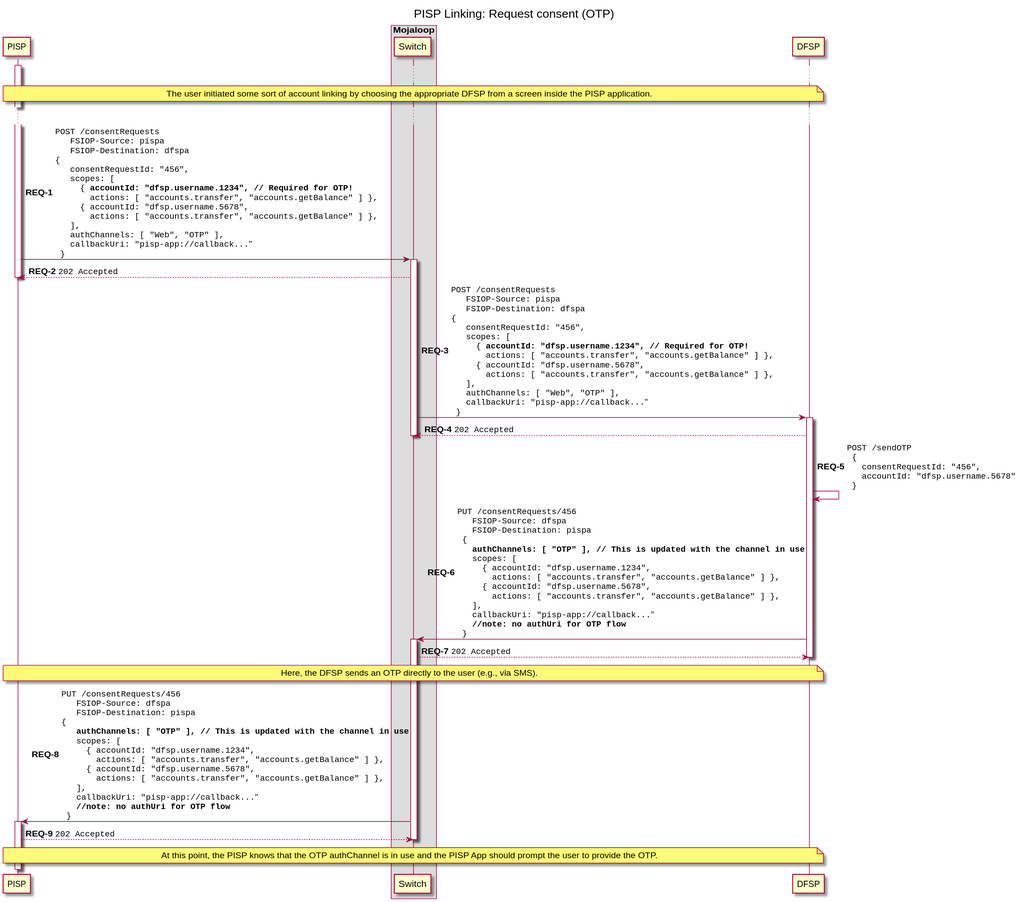
Before: docs/out/linking/2-request-consent-otp.svg, a diagram exported from PlantUML (mojaloop/pisp-project). Its source is kept beside it as docs/linking/2-request-consent-otp.puml.
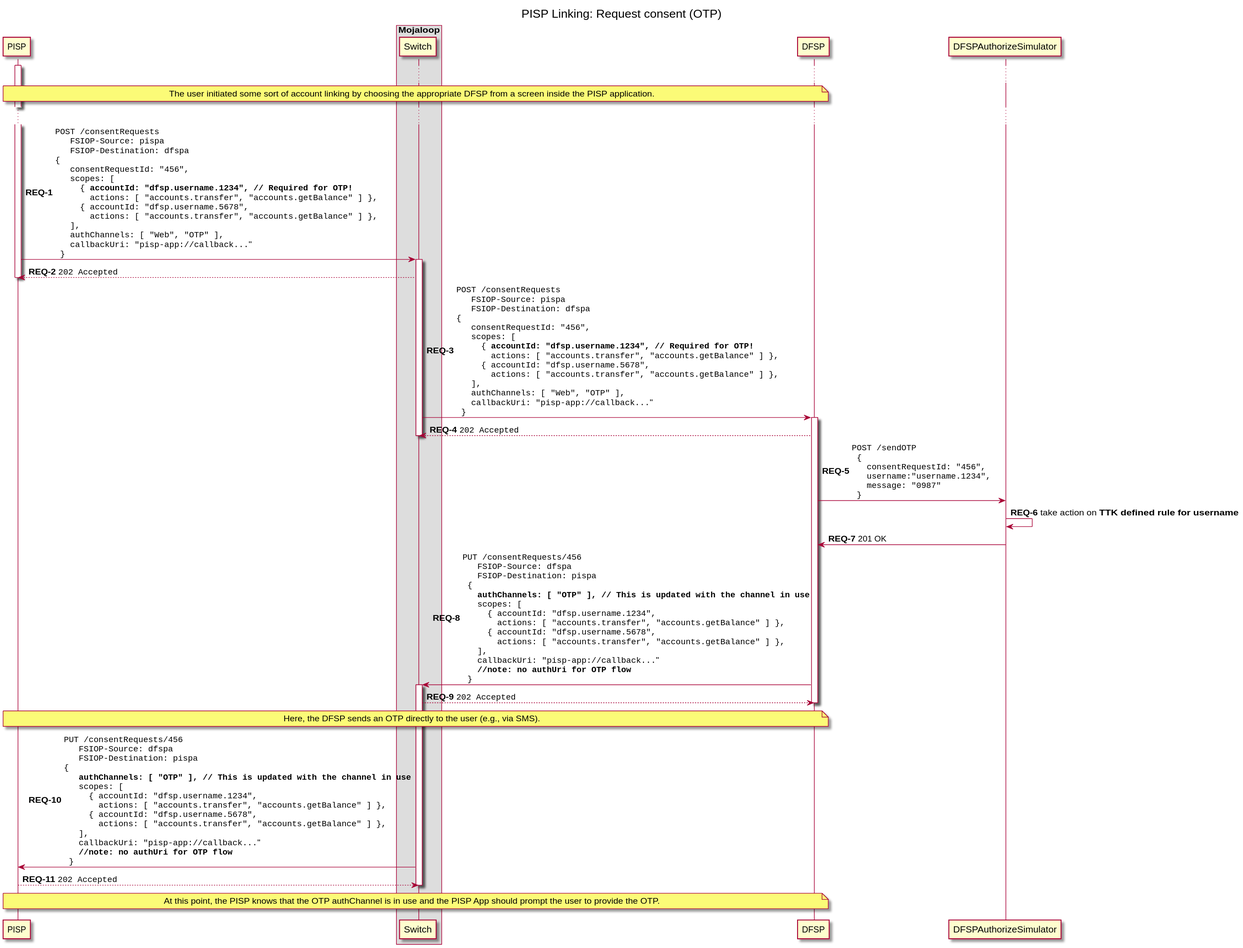
After the commit.

Diff of the diagram source:
```diff
@@ -9,6 +9,7 @@
 end box
 
 participant DFSP
+participant DFSPAuthorizeSimulator
 
 autonumber 1 "<b>REQ-#</b>"
 
@@ -56,12 +57,15 @@
 DFSP --> Switch: ""202 Accepted""
 deactivate Switch
 
-DFSP -> DFSP : ""POST /sendOTP""\n\
+DFSP -> DFSPAuthorizeSimulator : ""POST /sendOTP""\n\
   ""{""\n\
   ""  consentRequestId: "456",""\n\
-  ""  accountId: "dfsp.username.5678" ""\n\
+  ""  username:"username.1234", ""\n\
+  ""  message: "0987" ""\n\
   ""}""
 
+DFSPAuthorizeSimulator -> DFSPAuthorizeSimulator: take action on **TTK defined rule for username**
+DFSPAuthorizeSimulator -> DFSP: 201 OK
 DFSP -> Switch ++: ""PUT /consentRequests/456""\n\
   ""  FSIOP-Source: dfspa""\n\
   ""  FSIOP-Destination: pispa""\n\
@@ -84,7 +88,7 @@
 
 deactivate DFSP
 
-Switch -> PISP ++: ""PUT /consentRequests/456""\n\
+Switch -> PISP: ""PUT /consentRequests/456""\n\
   ""  FSIOP-Source: dfspa""\n\
   ""  FSIOP-Destination: pispa""\n\
 ""{""\n\
```
